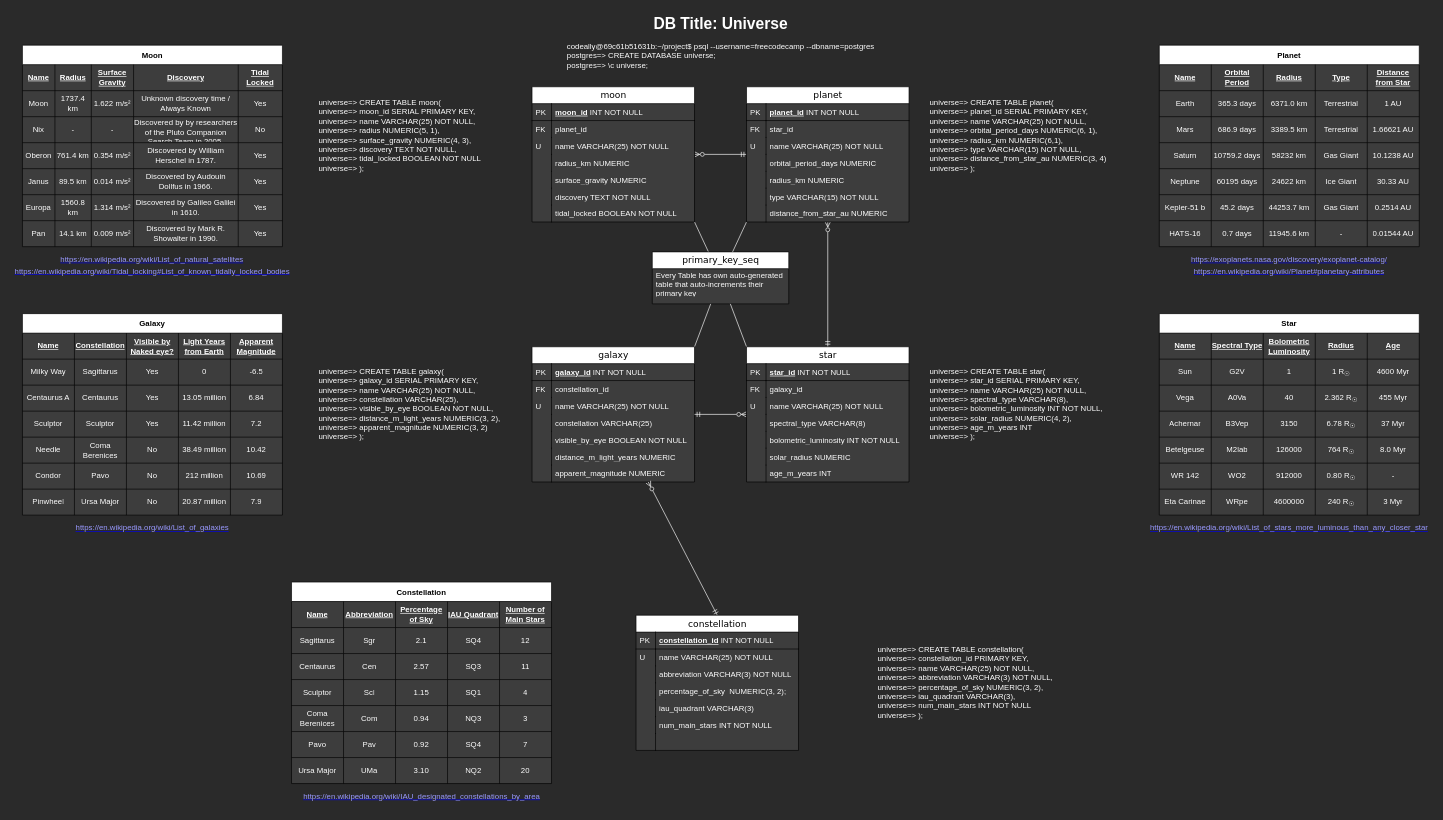
Before: Relational Database/Celestial Bodies Database/Celestial Bodies Database ER Diagram.drawio in Squibs/freeCodeCamp, a draw.io diagram. Source tidied: cells renumbered, new cells numbered last; positions are measured from the earlier drawing's top-left corner, leaving out a move shared by most shapes. Both pictures are drawn from the tidied source at 65%, with x=0, y=0 at pixel (11, 11).
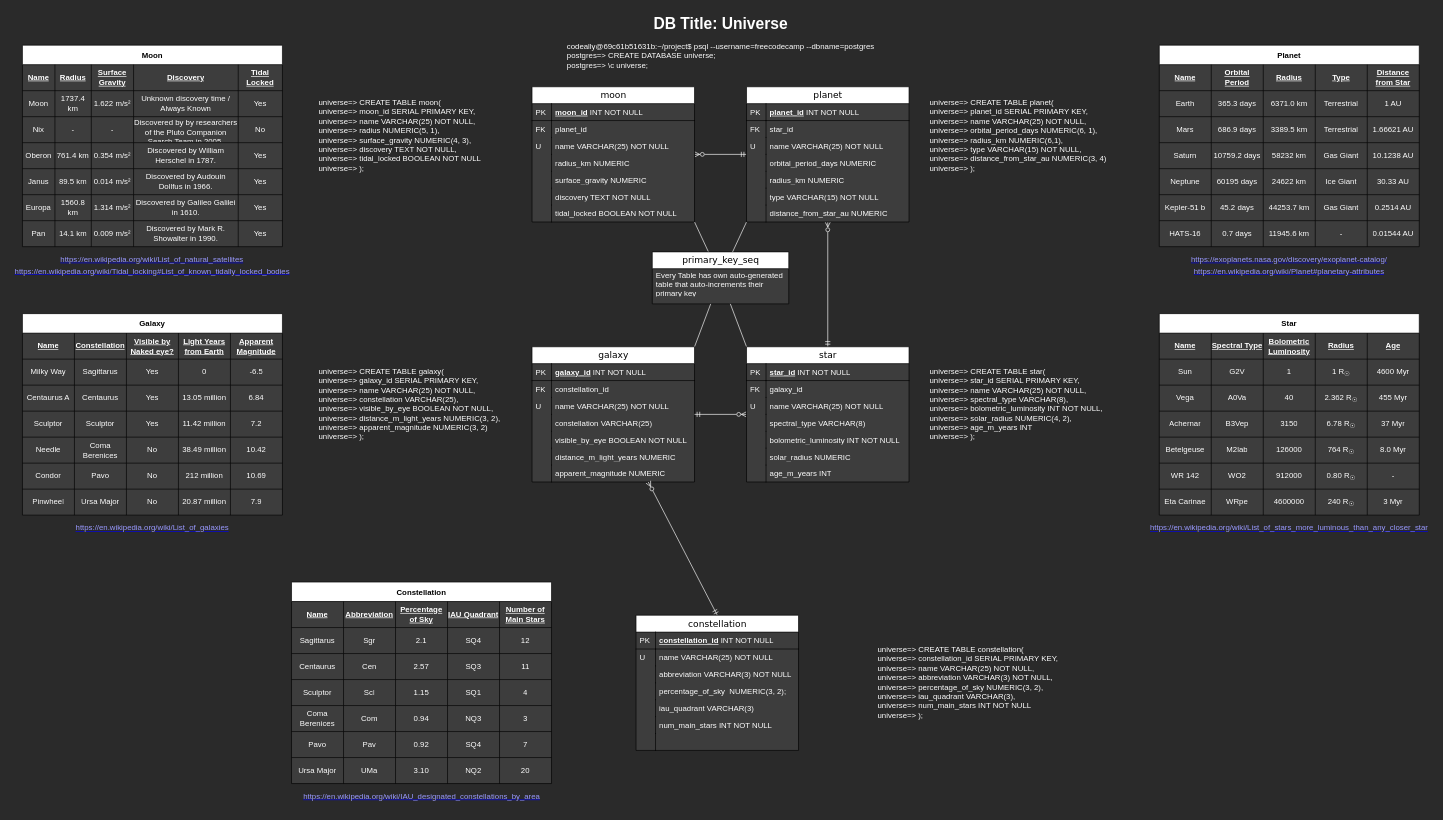
Above is the later version.

Commit message (it also covers changes not shown here):
Fix a few errors - celestial body.

The edit, as a diff of the source:
```diff
@@
-    <mxCell id="272" value="&lt;div&gt;&lt;span&gt;universe=&amp;gt; CREATE TABLE constellation(&lt;/span&gt;&lt;/div&gt;universe=&amp;gt;&amp;nbsp;&lt;span&gt;constellation_id PRIMARY KEY,&lt;br&gt;&lt;/span&gt;universe=&amp;gt; name VARCHAR(25) NOT NULL,&lt;br&gt;universe=&amp;gt; abbreviation VARCHAR(3) NOT NULL,&lt;br&gt;universe=&amp;gt; percentage_of_sky NUMERIC(3, 2),&lt;br&gt;universe=&amp;gt; iau_quadrant VARCHAR(3),&lt;br&gt;universe=&amp;gt; num_main_stars INT NOT NULL&lt;br&gt;universe=&amp;gt;&amp;nbsp;&lt;span&gt;);&lt;/span&gt;" style="text;strokeColor=none;fillColor=none;html=1;fontSize=12;fontStyle=0;verticalAlign=top;align=left;glass=0;fontColor=#FFFFFF;" parent="1" vertex="1">
+    <mxCell id="272" value="&lt;div&gt;&lt;span&gt;universe=&amp;gt; CREATE TABLE constellation(&lt;/span&gt;&lt;/div&gt;universe=&amp;gt;&amp;nbsp;&lt;span&gt;constellation_id SERIAL PRIMARY KEY,&lt;br&gt;&lt;/span&gt;universe=&amp;gt; name VARCHAR(25) NOT NULL,&lt;br&gt;universe=&amp;gt; abbreviation VARCHAR(3) NOT NULL,&lt;br&gt;universe=&amp;gt; percentage_of_sky NUMERIC(3, 2),&lt;br&gt;universe=&amp;gt; iau_quadrant VARCHAR(3),&lt;br&gt;universe=&amp;gt; num_main_stars INT NOT NULL&lt;br&gt;universe=&amp;gt;&amp;nbsp;&lt;span&gt;);&lt;/span&gt;" style="text;strokeColor=none;fillColor=none;html=1;fontSize=12;fontStyle=0;verticalAlign=top;align=left;glass=0;fontColor=#FFFFFF;" parent="1" vertex="1">
       <mxGeometry x="1331" y="968" width="300" height="130" as="geometry" />
     </mxCell>
```
